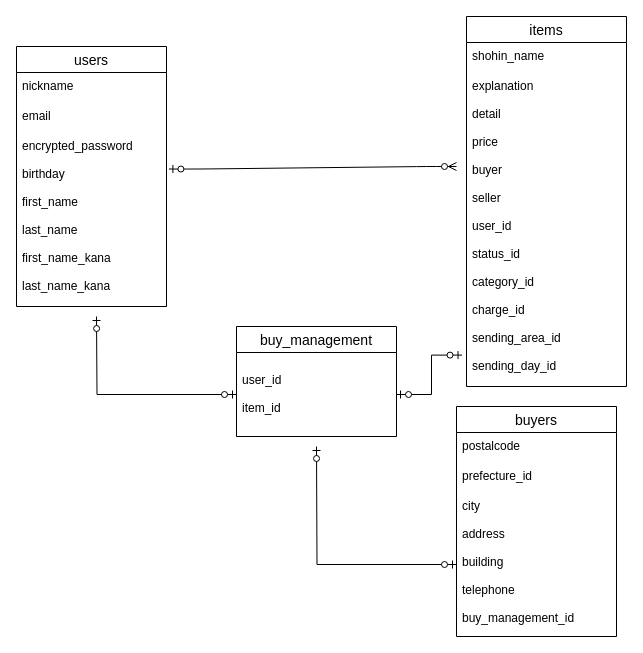
This is furima.dio from shota-nakamoto/furima-36234, a draw.io file, before an edit. Source tidied: cells renumbered, new cells numbered last; positions are measured from the earlier drawing's top-left corner, leaving out a move shared by most shapes. Both pictures are drawn from the tidied source at 100%, with x=0, y=0 at pixel (16, 16).
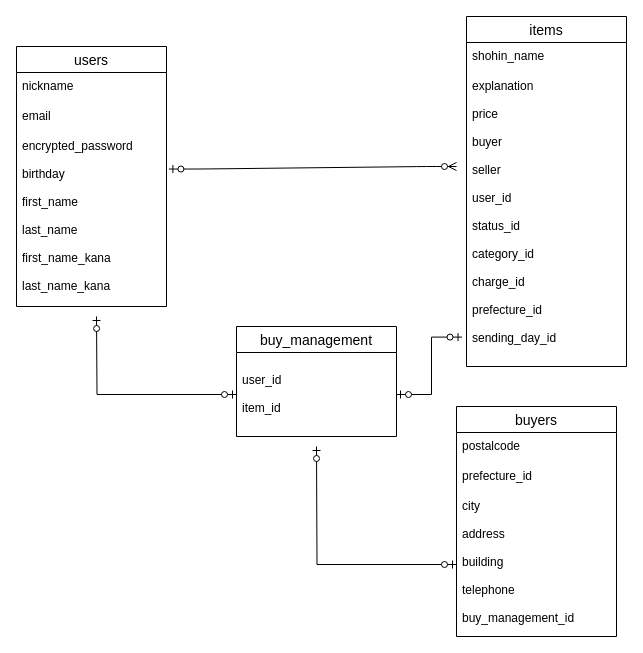
Above is the later version.

What changed in the source:
```diff
@@
     <mxCell id="6" value="items" style="swimlane;fontStyle=0;horizontal=1;startSize=26;align=center;fontSize=14;" parent="1" vertex="1">
-      <mxGeometry x="450" width="160" height="370" as="geometry" />
+      <mxGeometry x="450" width="160" height="350" as="geometry" />
     </mxCell>
@@
-    <mxCell id="8" value="explanation&#10;&#10;detail&#10;&#10;price&#10;&#10;buyer&#10;&#10;seller&#10;&#10;user_id&#10;&#10;status_id&#10;&#10;category_id&#10;&#10;charge_id&#10;&#10;sending_area_id&#10;&#10;sending_day_id&#10;" style="text;strokeColor=none;fillColor=none;spacingLeft=4;spacingRight=4;overflow=hidden;points=[[0,0.5],[1,0.5]];portConstraint=eastwest;fontSize=12;" parent="6" vertex="1">
-      <mxGeometry y="56" width="160" height="314" as="geometry" />
+    <mxCell id="8" value="explanation&#10;&#10;price&#10;&#10;buyer&#10;&#10;seller&#10;&#10;user_id&#10;&#10;status_id&#10;&#10;category_id&#10;&#10;charge_id&#10;&#10;prefecture_id&#10;&#10;sending_day_id&#10;" style="text;strokeColor=none;fillColor=none;spacingLeft=4;spacingRight=4;overflow=hidden;points=[[0,0.5],[1,0.5]];portConstraint=eastwest;fontSize=12;" parent="6" vertex="1">
+      <mxGeometry y="56" width="160" height="294" as="geometry" />
     </mxCell>
```
